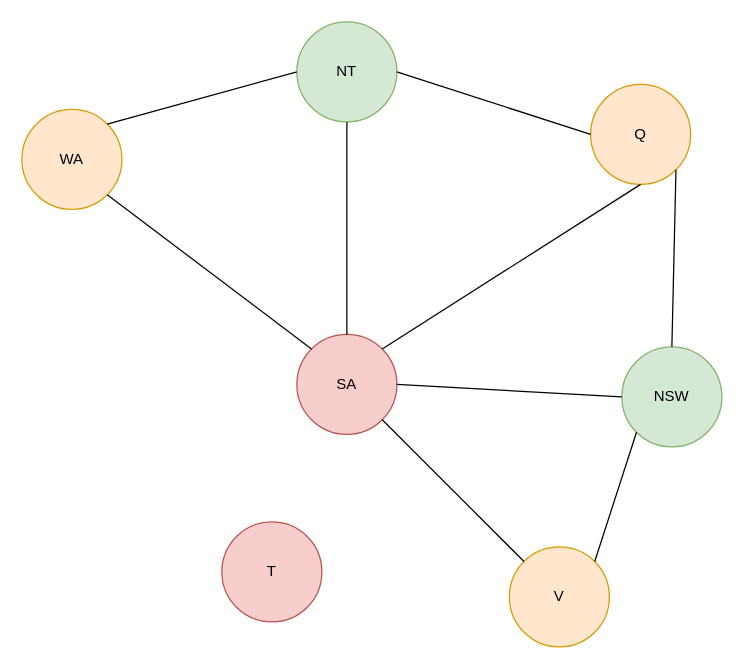
DiggsPapu/UVGIA keeps this draw.io diagram as Inciso1.drawio. Above is the earlier version. Source tidied: cells renumbered, new cells numbered last; positions are measured from the earlier drawing's top-left corner, leaving out a move shared by most shapes. Both pictures are drawn from the tidied source at 125%, with x=0, y=0 at pixel (21, 21).
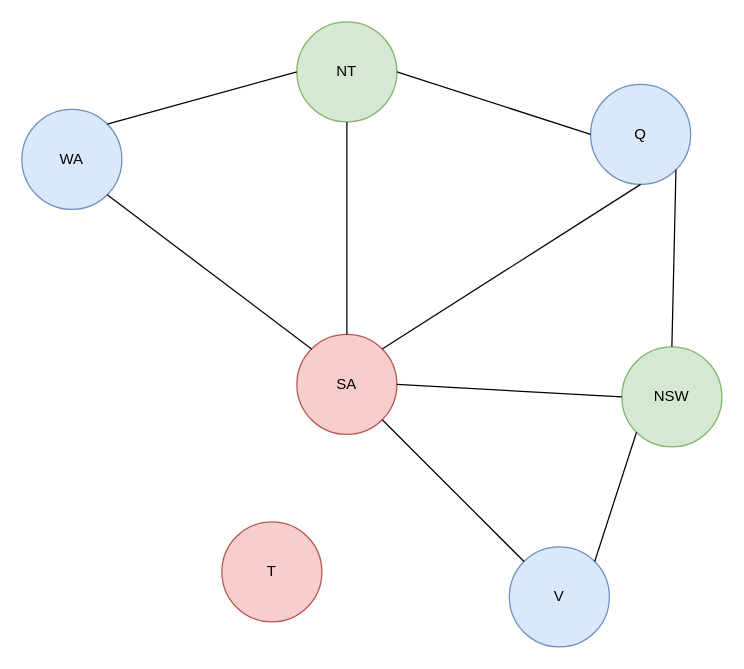
The same diagram, later.

Change to the diagram source:
```diff
@@
 <mxGraphModel>
   <root>
     <mxCell id="0" />
     <mxCell id="1" parent="0" />
     <mxCell id="2" value="SA" style="ellipse;whiteSpace=wrap;html=1;fillColor=#f8cecc;strokeColor=#b85450;" parent="1" vertex="1">
       <mxGeometry x="220" y="250" width="80" height="80" as="geometry" />
     </mxCell>
     <mxCell id="3" value="NT" style="ellipse;whiteSpace=wrap;html=1;fillColor=#d5e8d4;strokeColor=#82b366;" parent="1" vertex="1">
       <mxGeometry x="220" width="80" height="80" as="geometry" />
     </mxCell>
-    <mxCell id="4" value="WA" style="ellipse;whiteSpace=wrap;html=1;fillColor=#ffe6cc;strokeColor=#d79b00;" parent="1" vertex="1">
+    <mxCell id="4" value="WA" style="ellipse;whiteSpace=wrap;html=1;fillColor=#dae8fc;strokeColor=#6c8ebf;" parent="1" vertex="1">
       <mxGeometry y="70" width="80" height="80" as="geometry" />
     </mxCell>
-    <mxCell id="5" value="Q" style="ellipse;whiteSpace=wrap;html=1;fillColor=#ffe6cc;strokeColor=#d79b00;" parent="1" vertex="1">
+    <mxCell id="5" value="Q" style="ellipse;whiteSpace=wrap;html=1;fillColor=#dae8fc;strokeColor=#6c8ebf;" parent="1" vertex="1">
       <mxGeometry x="455" y="50" width="80" height="80" as="geometry" />
     </mxCell>
     <mxCell id="6" value="NSW" style="ellipse;whiteSpace=wrap;html=1;fillColor=#d5e8d4;strokeColor=#82b366;" parent="1" vertex="1">
       <mxGeometry x="480" y="260" width="80" height="80" as="geometry" />
     </mxCell>
-    <mxCell id="7" value="V" style="ellipse;whiteSpace=wrap;html=1;fillColor=#ffe6cc;strokeColor=#d79b00;" parent="1" vertex="1">
+    <mxCell id="7" value="V" style="ellipse;whiteSpace=wrap;html=1;fillColor=#dae8fc;strokeColor=#6c8ebf;" parent="1" vertex="1">
       <mxGeometry x="390" y="420" width="80" height="80" as="geometry" />
     </mxCell>
     <mxCell id="8" style="endArrow=none;html=1;rounded=0;entryX=0;entryY=0;entryDx=0;entryDy=0;exitX=1;exitY=1;exitDx=0;exitDy=0;" parent="1" edge="1" source="4" target="2">
       <mxGeometry relative="1" as="geometry" />
     </mxCell>
     <mxCell id="9" style="endArrow=none;html=1;rounded=0;entryX=0;entryY=0.5;entryDx=0;entryDy=0;exitX=1;exitY=0;exitDx=0;exitDy=0;" parent="1" edge="1" source="4" target="3">
       <mxGeometry relative="1" as="geometry" />
     </mxCell>
     <mxCell id="10" style="endArrow=none;html=1;rounded=0;entryX=0.5;entryY=0;entryDx=0;entryDy=0;exitX=0.5;exitY=1;exitDx=0;exitDy=0;" parent="1" edge="1" source="3" target="2">
       <mxGeometry relative="1" as="geometry" />
     </mxCell>
     <mxCell id="11" style="endArrow=none;html=1;rounded=0;entryX=0;entryY=0.5;entryDx=0;entryDy=0;exitX=1;exitY=0.5;exitDx=0;exitDy=0;" parent="1" edge="1" source="3" target="5">
       <mxGeometry relative="1" as="geometry" />
     </mxCell>
     <mxCell id="12" style="endArrow=none;html=1;rounded=0;entryX=1;entryY=0;entryDx=0;entryDy=0;exitX=0.5;exitY=1;exitDx=0;exitDy=0;" parent="1" edge="1" source="5" target="2">
       <mxGeometry relative="1" as="geometry" />
     </mxCell>
     <mxCell id="13" style="endArrow=none;html=1;rounded=0;entryX=1;entryY=0.5;entryDx=0;entryDy=0;exitX=0;exitY=0.5;exitDx=0;exitDy=0;" parent="1" edge="1" source="6" target="2">
       <mxGeometry relative="1" as="geometry" />
     </mxCell>
     <mxCell id="14" style="endArrow=none;html=1;rounded=0;entryX=1;entryY=1;entryDx=0;entryDy=0;" parent="1" edge="1" source="7" target="2">
       <mxGeometry relative="1" as="geometry" />
     </mxCell>
     <mxCell id="15" style="endArrow=none;html=1;rounded=0;entryX=0.5;entryY=0;entryDx=0;entryDy=0;exitX=1;exitY=1;exitDx=0;exitDy=0;" parent="1" edge="1" source="5" target="6">
       <mxGeometry relative="1" as="geometry" />
     </mxCell>
     <mxCell id="16" style="endArrow=none;html=1;rounded=0;entryX=1;entryY=0;entryDx=0;entryDy=0;exitX=0;exitY=1;exitDx=0;exitDy=0;" parent="1" edge="1" source="6" target="7">
       <mxGeometry relative="1" as="geometry" />
     </mxCell>
     <mxCell id="17" value="T" style="ellipse;whiteSpace=wrap;html=1;fillColor=#f8cecc;strokeColor=#b85450;" parent="1" vertex="1">
       <mxGeometry x="160" y="400" width="80" height="80" as="geometry" />
     </mxCell>
   </root>
 </mxGraphModel>
```
